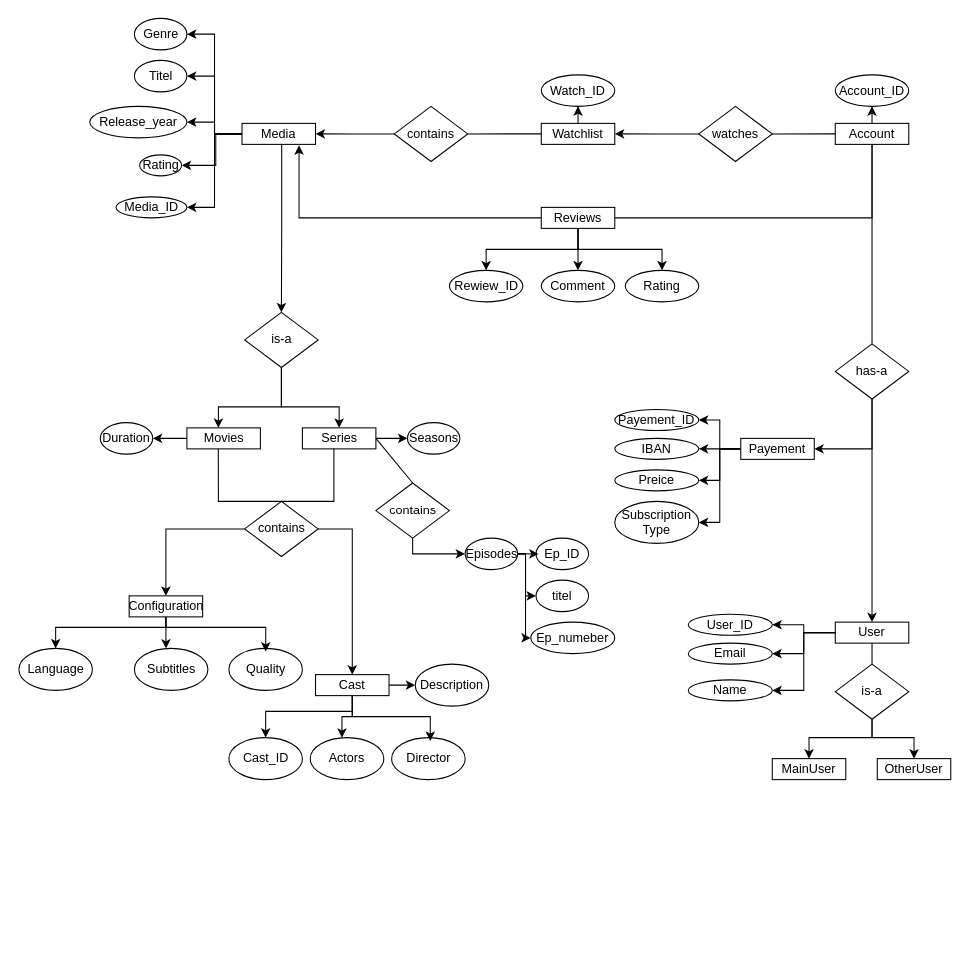
This is draw_io/ER.drawio from KevinGarrison/DataEngineeringProjects, a draw.io file, before an edit. Source tidied: cells renumbered, new cells numbered last; positions are measured from the earlier drawing's top-left corner, leaving out a move shared by most shapes. Both pictures are drawn from the tidied source at 105%, with x=0, y=0 at pixel (18, 18).
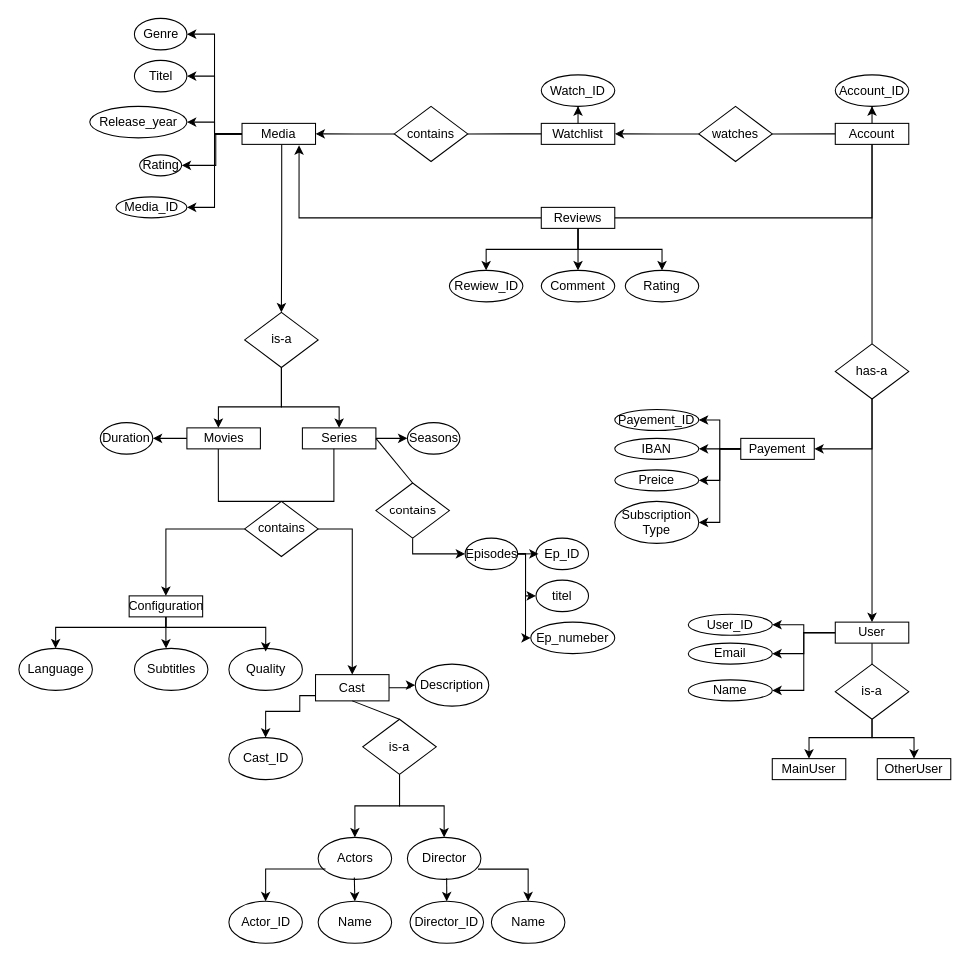
After the change.

Commit message:
ER.drawio Actor Director als Unterklasse

Unchanged cells that the change refers to:
```xml
<mxCell id="100" value="Cast_ID" style="ellipse;whiteSpace=wrap;html=1;" parent="1" vertex="1">
  <mxGeometry x="200.5" y="685" width="70" height="40" as="geometry" />
</mxCell>
```

Change to the diagram source:
```diff
@@
-    <mxCell id="91" style="edgeStyle=orthogonalEdgeStyle;rounded=0;jettySize=auto;html=1;entryX=0.5;entryY=0;entryDx=0;entryDy=0;" parent="1" edge="1" target="100">
+    <mxCell id="91" style="edgeStyle=orthogonalEdgeStyle;rounded=0;jettySize=auto;html=1;entryX=0.5;entryY=0;entryDx=0;entryDy=0;exitX=0;exitY=1;exitDx=0;exitDy=0;" parent="1" edge="1" source="92" target="100">
       <mxGeometry relative="1" as="geometry">
-        <mxPoint x="318" y="645" as="sourcePoint" />
         <Array as="points">
-          <mxPoint x="318" y="660" />
+          <mxPoint x="268" y="645" />
+          <mxPoint x="268" y="660" />
           <mxPoint x="236" y="660" />
         </Array>
       </mxGeometry>
     </mxCell>
     <mxCell id="92" value="Cast" style="rounded=0;whiteSpace=wrap;html=1;" parent="1" vertex="1">
-      <mxGeometry x="283" y="625" width="70" height="20" as="geometry" />
+      <mxGeometry x="283" y="625" width="70" height="25" as="geometry" />
     </mxCell>
     <mxCell id="93" value="Actors" style="ellipse;whiteSpace=wrap;html=1;" parent="1" vertex="1">
-      <mxGeometry x="278" y="685" width="70" height="40" as="geometry" />
+      <mxGeometry x="285.5" y="780" width="70" height="40" as="geometry" />
     </mxCell>
     <mxCell id="94" value="Director" style="ellipse;whiteSpace=wrap;html=1;" parent="1" vertex="1">
-      <mxGeometry x="355.5" y="685" width="70" height="40" as="geometry" />
+      <mxGeometry x="370.5" y="780" width="70" height="40" as="geometry" />
     </mxCell>
-    <mxCell id="95" style="edgeStyle=orthogonalEdgeStyle;rounded=0;jettySize=auto;html=1;entryX=0.431;entryY=0.004;entryDx=0;entryDy=0;entryPerimeter=0;" parent="1" edge="1" source="92" target="93">
-      <mxGeometry relative="1" as="geometry" />
-    </mxCell>
-    <mxCell id="96" style="edgeStyle=orthogonalEdgeStyle;rounded=0;jettySize=auto;html=1;entryX=0.525;entryY=0.078;entryDx=0;entryDy=0;entryPerimeter=0;exitX=0.5;exitY=1;exitDx=0;exitDy=0;" parent="1" edge="1" source="92" target="94">
-      <mxGeometry relative="1" as="geometry" />
-    </mxCell>
@@
+    <mxCell id="101" value="is-a" style="rhombus;whiteSpace=wrap;html=1;" parent="1" vertex="1">
+      <mxGeometry x="328" y="667.5" width="70" height="52.5" as="geometry" />
+    </mxCell>
+    <mxCell id="102" style="endArrow=none;html=1;rounded=0;entryX=0.5;entryY=1;entryDx=0;entryDy=0;exitX=0.5;exitY=0;exitDx=0;exitDy=0;" parent="1" edge="1" source="101" target="92">
+      <mxGeometry relative="1" as="geometry" />
+    </mxCell>
+    <mxCell id="103" style="endArrow=classic;html=1;rounded=0;exitX=0.5;exitY=1;exitDx=0;exitDy=0;entryX=0.5;entryY=0;entryDx=0;entryDy=0;edgeStyle=orthogonalEdgeStyle;" parent="1" edge="1" source="101" target="93">
+      <mxGeometry relative="1" as="geometry" />
+    </mxCell>
+    <mxCell id="104" style="endArrow=classic;html=1;rounded=0;exitX=0.5;exitY=1;exitDx=0;exitDy=0;entryX=0.5;entryY=0;entryDx=0;entryDy=0;edgeStyle=orthogonalEdgeStyle;" parent="1" edge="1" source="101" target="94">
+      <mxGeometry relative="1" as="geometry" />
+    </mxCell>
+    <mxCell id="105" value="Actor_ID" style="ellipse;whiteSpace=wrap;html=1;" parent="1" vertex="1">
+      <mxGeometry x="200.5" y="840.9" width="70" height="40" as="geometry" />
+    </mxCell>
+    <mxCell id="106" value="Director_ID" style="ellipse;whiteSpace=wrap;html=1;" parent="1" vertex="1">
+      <mxGeometry x="373" y="840.9" width="70" height="40" as="geometry" />
+    </mxCell>
+    <mxCell id="107" value="Name" style="ellipse;whiteSpace=wrap;html=1;" parent="1" vertex="1">
+      <mxGeometry x="285.5" y="840.9" width="70" height="40" as="geometry" />
+    </mxCell>
+    <mxCell id="108" value="Name" style="ellipse;whiteSpace=wrap;html=1;" parent="1" vertex="1">
+      <mxGeometry x="450.5" y="840.9" width="70" height="40" as="geometry" />
+    </mxCell>
+    <mxCell id="109" style="endArrow=classic;html=1;rounded=0;exitX=0.1;exitY=0.752;exitDx=0;exitDy=0;entryX=0.5;entryY=0;entryDx=0;entryDy=0;edgeStyle=orthogonalEdgeStyle;exitPerimeter=0;" parent="1" edge="1" source="93" target="105">
+      <mxGeometry relative="1" as="geometry" />
+    </mxCell>
+    <mxCell id="110" style="endArrow=classic;html=1;rounded=0;exitX=0.492;exitY=0.954;exitDx=0;exitDy=0;entryX=0.5;entryY=0;entryDx=0;entryDy=0;exitPerimeter=0;" parent="1" edge="1" source="93" target="107">
+      <mxGeometry relative="1" as="geometry" />
+    </mxCell>
+    <mxCell id="111" style="endArrow=classic;html=1;rounded=0;exitX=0.534;exitY=0.974;exitDx=0;exitDy=0;entryX=0.5;entryY=0;entryDx=0;entryDy=0;exitPerimeter=0;" parent="1" edge="1" source="94" target="106">
+      <mxGeometry relative="1" as="geometry" />
+    </mxCell>
+    <mxCell id="112" style="endArrow=classic;html=1;rounded=0;entryX=0.5;entryY=0;entryDx=0;entryDy=0;edgeStyle=orthogonalEdgeStyle;exitX=0.961;exitY=0.756;exitDx=0;exitDy=0;exitPerimeter=0;" parent="1" edge="1" source="94" target="108">
+      <mxGeometry relative="1" as="geometry" />
+    </mxCell>
```
